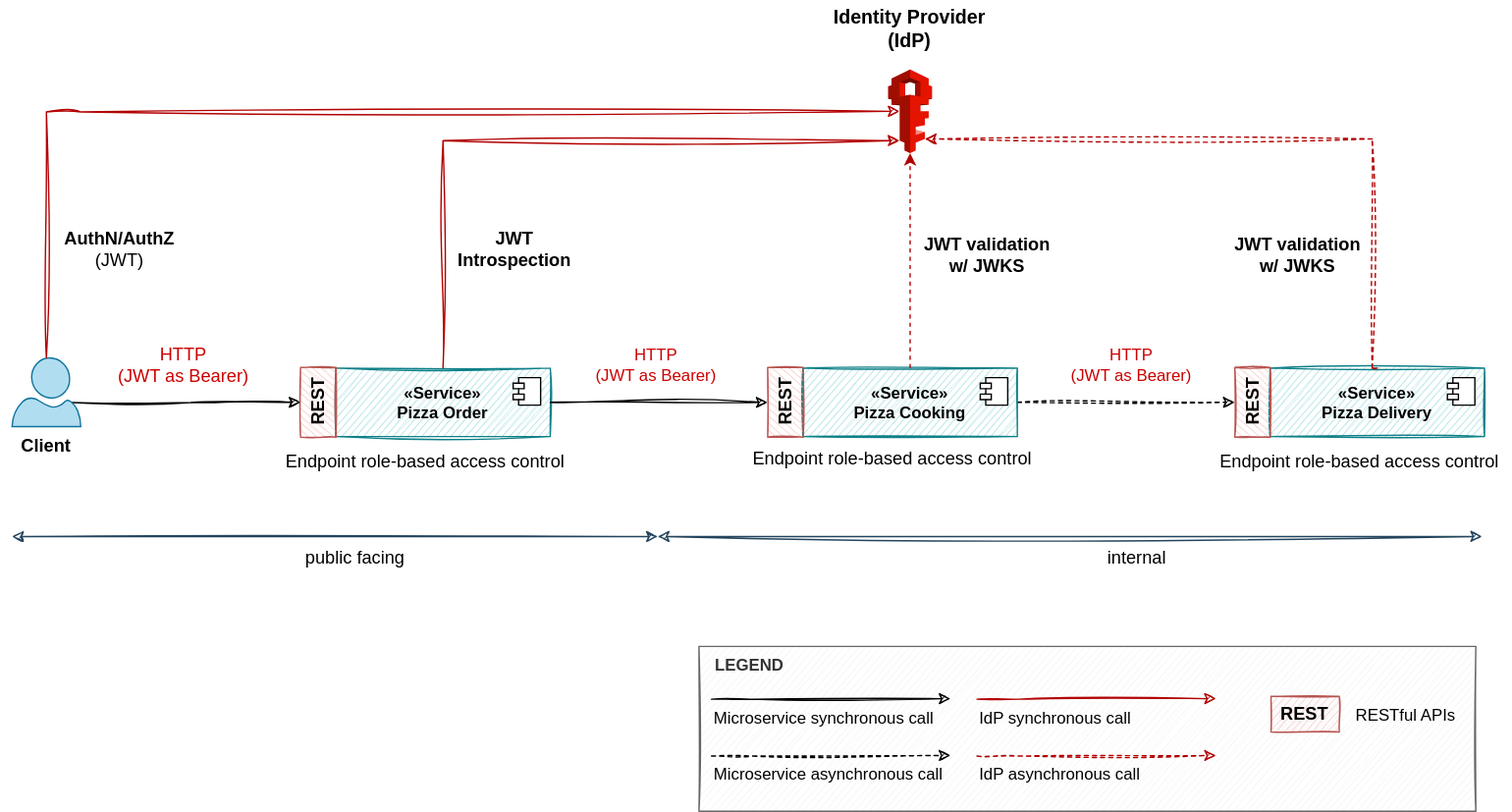
Above: assets/diagrams/software-architecture-diagram.svg in ionutbalosin/java-application-security-practices (draw.io), before the change. Source tidied: cells renumbered, new cells last; positions are measured from the earlier drawing's top-left corner, leaving out a move shared by most shapes.
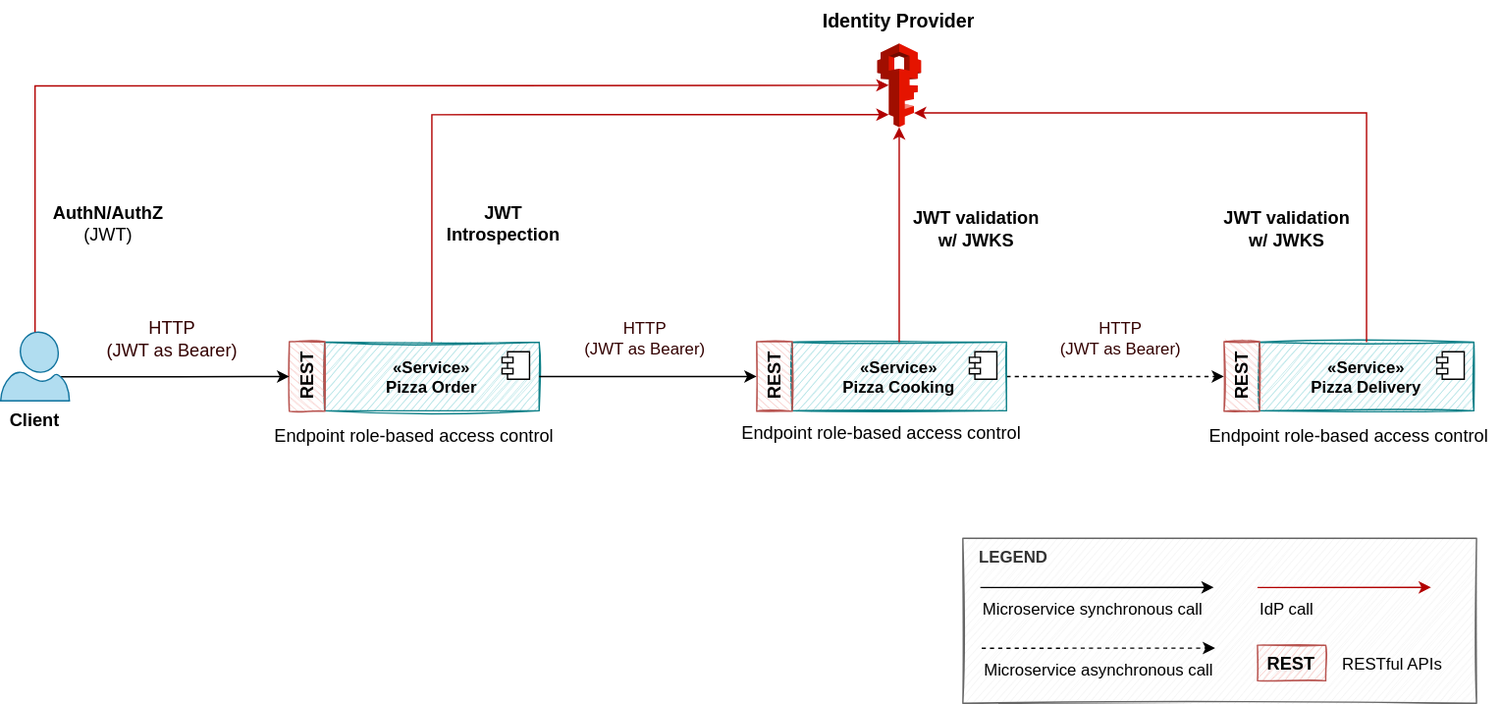
Later version of the same file.

Change to the diagram source:
```diff
@@ -2,7 +2,7 @@
   <root>
     <mxCell id="0" />
     <mxCell id="1" parent="0" />
-    <mxCell id="2" style="edgeStyle=orthogonalEdgeStyle;rounded=0;jettySize=auto;html=1;exitX=1;exitY=0.5;exitDx=0;exitDy=0;dashed=1;sketch=1;entryX=0.5;entryY=0;entryDx=0;entryDy=0;" parent="1" edge="1" source="8" target="14">
+    <mxCell id="2" style="edgeStyle=orthogonalEdgeStyle;rounded=0;jettySize=auto;html=1;exitX=1;exitY=0.5;exitDx=0;exitDy=0;dashed=1;entryX=0.5;entryY=0;entryDx=0;entryDy=0;" parent="1" edge="1" source="8" target="14">
       <mxGeometry relative="1" as="geometry" />
     </mxCell>
     <mxCell id="3" style="group;" parent="1" vertex="1">
@@ -47,10 +47,10 @@
     <mxCell id="14" value="&lt;b&gt;REST&lt;/b&gt;" style="rounded=0;whiteSpace=wrap;html=1;fontSize=13;rotation=-90;fillColor=#f8cecc;strokeColor=#b85450;sketch=1;align=center;" parent="11" vertex="1">
       <mxGeometry x="-12.4" y="12.4" width="50.6" height="25.9" as="geometry" />
     </mxCell>
-    <mxCell id="15" style="edgeStyle=orthogonalEdgeStyle;rounded=0;jettySize=auto;html=1;exitX=1;exitY=0.5;exitDx=0;exitDy=0;entryX=0.5;entryY=0;entryDx=0;entryDy=0;sketch=1;curveFitting=1;jiggle=2;" parent="1" edge="1" source="4" target="10">
+    <mxCell id="15" style="edgeStyle=orthogonalEdgeStyle;rounded=0;jettySize=auto;html=1;exitX=1;exitY=0.5;exitDx=0;exitDy=0;entryX=0.5;entryY=0;entryDx=0;entryDy=0;" parent="1" edge="1" source="4" target="10">
       <mxGeometry relative="1" as="geometry" />
     </mxCell>
-    <mxCell id="16" style="edgeStyle=orthogonalEdgeStyle;rounded=0;jettySize=auto;html=1;sketch=1;curveFitting=1;jiggle=2;entryX=0.5;entryY=0;entryDx=0;entryDy=0;exitX=0.87;exitY=0.65;exitDx=0;exitDy=0;exitPerimeter=0;" parent="1" edge="1" source="17" target="6">
+    <mxCell id="16" style="edgeStyle=orthogonalEdgeStyle;rounded=0;jettySize=auto;html=1;entryX=0.5;entryY=0;entryDx=0;entryDy=0;exitX=0.87;exitY=0.65;exitDx=0;exitDy=0;exitPerimeter=0;" parent="1" edge="1" source="17" target="6">
       <mxGeometry relative="1" as="geometry" />
     </mxCell>
     <mxCell id="17" value="Client" style="verticalLabelPosition=bottom;verticalAlign=top;align=center;strokeColor=#10739e;fillColor=#b1ddf0;shape=mxgraph.azure.user;fontStyle=1;fontSize=13;" parent="1" vertex="1">
@@ -59,7 +59,7 @@
     <mxCell id="18" style="outlineConnect=0;dashed=0;verticalLabelPosition=bottom;verticalAlign=top;align=center;html=1;shape=mxgraph.aws3.iam;fillColor=#e51400;strokeColor=#B20000;fontColor=#ffffff;" parent="1" vertex="1">
       <mxGeometry x="637.7" y="50" width="32" height="61" as="geometry" />
     </mxCell>
-    <mxCell id="19" style="edgeStyle=orthogonalEdgeStyle;rounded=0;jettySize=auto;html=1;entryX=0.26;entryY=0.5;entryDx=0;entryDy=0;entryPerimeter=0;sketch=1;curveFitting=1;jiggle=2;fillColor=#e51400;strokeColor=#B20000;exitX=0.5;exitY=0;exitDx=0;exitDy=0;exitPerimeter=0;" parent="1" edge="1" source="17" target="18">
+    <mxCell id="19" style="edgeStyle=orthogonalEdgeStyle;rounded=0;jettySize=auto;html=1;entryX=0.26;entryY=0.5;entryDx=0;entryDy=0;entryPerimeter=0;fillColor=#e51400;strokeColor=#B20000;exitX=0.5;exitY=0;exitDx=0;exitDy=0;exitPerimeter=0;" parent="1" edge="1" source="17" target="18">
       <mxGeometry relative="1" as="geometry">
         <Array as="points">
           <mxPoint x="25" y="81" />
@@ -67,14 +67,14 @@
         </Array>
       </mxGeometry>
     </mxCell>
-    <mxCell id="20" style="edgeStyle=orthogonalEdgeStyle;rounded=0;jettySize=auto;html=1;exitX=0.5;exitY=0;exitDx=0;exitDy=0;entryX=0.26;entryY=0.85;entryDx=0;entryDy=0;entryPerimeter=0;sketch=1;curveFitting=1;jiggle=2;fillColor=#e51400;strokeColor=#B20000;strokeWidth=1;" parent="1" edge="1" source="4" target="18">
+    <mxCell id="20" style="edgeStyle=orthogonalEdgeStyle;rounded=0;jettySize=auto;html=1;exitX=0.5;exitY=0;exitDx=0;exitDy=0;entryX=0.26;entryY=0.85;entryDx=0;entryDy=0;entryPerimeter=0;fillColor=#e51400;strokeColor=#B20000;strokeWidth=1;" parent="1" edge="1" source="4" target="18">
       <mxGeometry relative="1" as="geometry">
         <Array as="points">
           <mxPoint x="314" y="102" />
         </Array>
       </mxGeometry>
     </mxCell>
-    <mxCell id="21" style="edgeStyle=orthogonalEdgeStyle;rounded=0;jettySize=auto;html=1;exitX=0.5;exitY=0;exitDx=0;exitDy=0;dashed=1;fillColor=#e51400;strokeColor=#B20000;" parent="1" edge="1" source="8" target="18">
+    <mxCell id="21" style="edgeStyle=orthogonalEdgeStyle;rounded=0;jettySize=auto;html=1;exitX=0.5;exitY=0;exitDx=0;exitDy=0;fillColor=#e51400;strokeColor=#B20000;" parent="1" edge="1" source="8" target="18">
       <mxGeometry relative="1" as="geometry" />
     </mxCell>
     <mxCell id="22" value="&lt;font style=&quot;font-size: 13px;&quot;&gt;&lt;b&gt;AuthN/AuthZ&lt;/b&gt;&lt;/font&gt;&lt;div&gt;&lt;font style=&quot;font-size: 13px;&quot;&gt;(JWT)&lt;/font&gt;&lt;/div&gt;" style="text;html=1;align=center;verticalAlign=middle;whiteSpace=wrap;rounded=0;" parent="1" vertex="1">
@@ -86,48 +86,29 @@
     <mxCell id="24" value="&lt;font style=&quot;font-size: 13px;&quot;&gt;&lt;b&gt;JWT validation&lt;/b&gt;&lt;/font&gt;&lt;div&gt;&lt;font style=&quot;font-size: 13px;&quot;&gt;&lt;b&gt;w/ JWKS&lt;/b&gt;&lt;/font&gt;&lt;/div&gt;" style="text;html=1;align=center;verticalAlign=middle;whiteSpace=wrap;rounded=0;" parent="1" vertex="1">
       <mxGeometry x="655.2" y="164.5" width="110" height="41" as="geometry" />
     </mxCell>
-    <mxCell id="25" value="&lt;b style=&quot;&quot;&gt;&lt;font style=&quot;font-size: 14px;&quot;&gt;Identity Provider&lt;/font&gt;&lt;/b&gt;&lt;div&gt;&lt;b style=&quot;&quot;&gt;&lt;font style=&quot;font-size: 14px;&quot;&gt;(IdP)&lt;/font&gt;&lt;/b&gt;&lt;/div&gt;" style="text;html=1;align=center;verticalAlign=middle;whiteSpace=wrap;rounded=0;" parent="1" vertex="1">
-      <mxGeometry x="578" width="151.3" height="40" as="geometry" />
+    <mxCell id="25" value="&lt;b style=&quot;&quot;&gt;&lt;font style=&quot;font-size: 14px;&quot;&gt;Identity Provider&lt;/font&gt;&lt;/b&gt;" style="text;html=1;align=center;verticalAlign=middle;whiteSpace=wrap;rounded=0;" parent="1" vertex="1">
+      <mxGeometry x="578" y="19" width="151.3" height="30" as="geometry" />
     </mxCell>
     <mxCell id="26" value="&lt;font style=&quot;font-size: 13px;&quot;&gt;&lt;b&gt;JWT validation&lt;/b&gt;&lt;/font&gt;&lt;div&gt;&lt;font style=&quot;font-size: 13px;&quot;&gt;&lt;b&gt;w/ JWKS&lt;/b&gt;&lt;/font&gt;&lt;/div&gt;" style="text;html=1;align=center;verticalAlign=middle;whiteSpace=wrap;rounded=0;" parent="1" vertex="1">
       <mxGeometry x="880.6" y="164.5" width="110.2" height="41" as="geometry" />
     </mxCell>
-    <mxCell id="27" style="edgeStyle=orthogonalEdgeStyle;rounded=0;jettySize=auto;html=1;exitX=0.5;exitY=0;exitDx=0;exitDy=0;entryX=0.835;entryY=0.83;entryDx=0;entryDy=0;entryPerimeter=0;dashed=1;sketch=1;curveFitting=1;jiggle=2;fillColor=#e51400;strokeColor=#B20000;align=center;verticalAlign=middle;fontFamily=Helvetica;fontSize=11;fontColor=default;labelBackgroundColor=default;endArrow=classic;" parent="1" edge="1" source="12" target="18">
+    <mxCell id="27" style="edgeStyle=orthogonalEdgeStyle;rounded=0;jettySize=auto;html=1;exitX=0.5;exitY=0;exitDx=0;exitDy=0;entryX=0.835;entryY=0.83;entryDx=0;entryDy=0;entryPerimeter=0;fillColor=#e51400;strokeColor=#B20000;align=center;verticalAlign=middle;fontFamily=Helvetica;fontSize=11;fontColor=default;labelBackgroundColor=default;endArrow=classic;" parent="1" edge="1" source="12" target="18">
       <mxGeometry relative="1" as="geometry">
         <Array as="points">
-          <mxPoint x="990" y="267" />
-          <mxPoint x="990" y="101" />
+          <mxPoint x="994" y="101" />
         </Array>
       </mxGeometry>
     </mxCell>
     <mxCell id="28" value="&lt;span style=&quot;font-size: 13px;&quot;&gt;Endpoint role-based access control&lt;/span&gt;" style="text;html=1;align=center;verticalAlign=middle;whiteSpace=wrap;rounded=0;fontStyle=0;" parent="1" vertex="1">
       <mxGeometry x="190.9" y="320" width="220" height="30" as="geometry" />
     </mxCell>
-    <mxCell id="29" style="endArrow=classic;startArrow=classic;html=1;rounded=0;sketch=1;curveFitting=1;jiggle=2;fillColor=#bac8d3;strokeColor=#23445d;" parent="1" edge="1">
-      <mxGeometry relative="1" as="geometry">
-        <mxPoint x="470" y="390" as="sourcePoint" />
-        <mxPoint x="1070" y="390" as="targetPoint" />
-      </mxGeometry>
-    </mxCell>
-    <mxCell id="30" style="endArrow=classic;startArrow=classic;html=1;rounded=0;sketch=1;curveFitting=1;jiggle=2;fillColor=#bac8d3;strokeColor=#23445d;" parent="1" edge="1">
-      <mxGeometry relative="1" as="geometry">
-        <mxPoint y="390" as="sourcePoint" />
-        <mxPoint x="470" y="390" as="targetPoint" />
-      </mxGeometry>
-    </mxCell>
-    <mxCell id="31" value="&lt;span style=&quot;font-size: 13px;&quot;&gt;internal&lt;/span&gt;" style="text;html=1;align=center;verticalAlign=middle;whiteSpace=wrap;rounded=0;fontStyle=0;" parent="1" vertex="1">
-      <mxGeometry x="729.3" y="390" width="180" height="30" as="geometry" />
-    </mxCell>
-    <mxCell id="32" value="&lt;span style=&quot;font-size: 13px;&quot;&gt;public facing&lt;/span&gt;" style="text;html=1;align=center;verticalAlign=middle;whiteSpace=wrap;rounded=0;fontStyle=0;" parent="1" vertex="1">
-      <mxGeometry x="160" y="390" width="180" height="30" as="geometry" />
-    </mxCell>
-    <mxCell id="33" value="&lt;span style=&quot;font-size: 13px;&quot;&gt;&lt;font color=&quot;#cc0000&quot;&gt;HTTP&lt;/font&gt;&lt;/span&gt;&lt;div&gt;&lt;span style=&quot;font-size: 13px;&quot;&gt;&lt;font color=&quot;#cc0000&quot;&gt;(JWT as Bearer)&lt;/font&gt;&lt;/span&gt;&lt;/div&gt;" style="text;html=1;align=center;verticalAlign=middle;whiteSpace=wrap;rounded=0;fontStyle=0;" parent="1" vertex="1">
+    <mxCell id="33" value="&lt;span style=&quot;font-size: 13px;&quot;&gt;&lt;font&gt;HTTP&lt;/font&gt;&lt;/span&gt;&lt;div&gt;&lt;span style=&quot;font-size: 13px;&quot;&gt;&lt;font&gt;(JWT as Bearer)&lt;/font&gt;&lt;/span&gt;&lt;/div&gt;" style="text;html=1;align=center;verticalAlign=middle;whiteSpace=wrap;rounded=0;fontStyle=0;fontColor=#330000;" parent="1" vertex="1">
       <mxGeometry x="70" y="240" width="110" height="50" as="geometry" />
     </mxCell>
-    <mxCell id="34" value="&lt;span style=&quot;font-size: 12px;&quot;&gt;&lt;font color=&quot;#cc0000&quot;&gt;HTTP&lt;/font&gt;&lt;/span&gt;&lt;div style=&quot;font-size: 12px;&quot;&gt;&lt;span style=&quot;font-size: 12px;&quot;&gt;&lt;font color=&quot;#cc0000&quot;&gt;(JWT as Bearer)&lt;/font&gt;&lt;/span&gt;&lt;/div&gt;" style="text;html=1;align=center;verticalAlign=middle;whiteSpace=wrap;rounded=0;fontStyle=0;fontSize=12;fontFamily=Helvetica;fontColor=default;" parent="1" vertex="1">
+    <mxCell id="34" value="&lt;span style=&quot;font-size: 12px;&quot;&gt;&lt;font&gt;HTTP&lt;/font&gt;&lt;/span&gt;&lt;div style=&quot;font-size: 12px;&quot;&gt;&lt;span style=&quot;font-size: 12px;&quot;&gt;&lt;font&gt;(JWT as Bearer)&lt;/font&gt;&lt;/span&gt;&lt;/div&gt;" style="text;html=1;align=center;verticalAlign=middle;whiteSpace=wrap;rounded=0;fontStyle=0;fontSize=12;fontFamily=Helvetica;fontColor=#330000;" parent="1" vertex="1">
       <mxGeometry x="413.7" y="240" width="110" height="50" as="geometry" />
     </mxCell>
-    <mxCell id="35" value="&lt;span style=&quot;font-size: 12px;&quot;&gt;&lt;font color=&quot;#cc0000&quot;&gt;HTTP&lt;/font&gt;&lt;/span&gt;&lt;div style=&quot;font-size: 12px;&quot;&gt;&lt;span style=&quot;font-size: 12px;&quot;&gt;&lt;font color=&quot;#cc0000&quot;&gt;(JWT as Bearer)&lt;/font&gt;&lt;/span&gt;&lt;/div&gt;" style="text;html=1;align=center;verticalAlign=middle;whiteSpace=wrap;rounded=0;fontStyle=0;fontSize=12;" parent="1" vertex="1">
+    <mxCell id="35" value="&lt;span style=&quot;font-size: 12px;&quot;&gt;&lt;font&gt;HTTP&lt;/font&gt;&lt;/span&gt;&lt;div style=&quot;font-size: 12px;&quot;&gt;&lt;span style=&quot;font-size: 12px;&quot;&gt;&lt;font&gt;(JWT as Bearer)&lt;/font&gt;&lt;/span&gt;&lt;/div&gt;" style="text;html=1;align=center;verticalAlign=middle;whiteSpace=wrap;rounded=0;fontStyle=0;fontSize=12;fontColor=#330000;" parent="1" vertex="1">
       <mxGeometry x="759.7" y="240" width="110" height="50" as="geometry" />
     </mxCell>
     <mxCell id="36" value="&lt;span style=&quot;font-size: 13px;&quot;&gt;Endpoint role-based access control&lt;/span&gt;" style="text;html=1;align=center;verticalAlign=middle;whiteSpace=wrap;rounded=0;fontStyle=0;" parent="1" vertex="1">
@@ -136,65 +117,53 @@
     <mxCell id="37" value="&lt;span style=&quot;font-size: 13px;&quot;&gt;Endpoint role-based access control&lt;/span&gt;" style="text;html=1;align=center;verticalAlign=middle;whiteSpace=wrap;rounded=0;fontStyle=0;" parent="1" vertex="1">
       <mxGeometry x="870.9" y="320" width="220" height="30" as="geometry" />
     </mxCell>
-    <mxCell id="38" style="group;" parent="1" vertex="1">
-      <mxGeometry x="500" y="470" width="565.5" height="120" as="geometry" />
-    </mxCell>
+    <mxCell id="50" style="group;" parent="1" vertex="1">
+      <mxGeometry x="700" y="410" width="373.7" height="120" as="geometry" />
+    </mxCell>
-    <mxCell id="39" value="   LEGEND" style="text;align=left;verticalAlign=top;rounded=0;fontStyle=1;sketch=1;fillColor=#f5f5f5;fontColor=#333333;strokeColor=#666666;" parent="38" vertex="1">
-      <mxGeometry width="565.5" height="120" as="geometry" />
+    <mxCell id="39" value="   LEGEND" style="text;align=left;verticalAlign=top;rounded=0;fontStyle=1;sketch=1;fillColor=#f5f5f5;fontColor=#333333;strokeColor=#666666;" parent="50" vertex="1">
+      <mxGeometry width="373.7" height="120" as="geometry" />
     </mxCell>
+    <mxCell id="51" style="group;" parent="50" vertex="1">
+      <mxGeometry x="214.3" y="77.7" width="136.8" height="25.9" as="geometry" />
+    </mxCell>
-    <mxCell id="40" value="&lt;b&gt;REST&lt;/b&gt;" style="rounded=0;whiteSpace=wrap;html=1;fontSize=13;rotation=0;fillColor=#f8cecc;strokeColor=#b85450;sketch=1;align=center;" parent="38" vertex="1">
-      <mxGeometry x="416.4" y="36.4" width="49.7" height="25.9" as="geometry" />
+    <mxCell id="40" value="&lt;b&gt;REST&lt;/b&gt;" style="rounded=0;whiteSpace=wrap;html=1;fontSize=13;rotation=0;fillColor=#f8cecc;strokeColor=#b85450;sketch=1;align=center;" parent="51" vertex="1">
+      <mxGeometry width="49.7" height="25.9" as="geometry" />
     </mxCell>
-    <mxCell id="41" value="RESTful APIs" style="text;strokeColor=none;fillColor=none;align=left;verticalAlign=middle;rounded=0;fontFamily=Helvetica;fontSize=12;" parent="38" vertex="1">
-      <mxGeometry x="476.4" y="42.3" width="76.8" height="14.1" as="geometry" />
+    <mxCell id="41" value="RESTful APIs" style="text;strokeColor=none;fillColor=none;align=left;verticalAlign=middle;rounded=0;fontFamily=Helvetica;fontSize=12;" parent="51" vertex="1">
+      <mxGeometry x="60" y="5.9" width="76.8" height="14.1" as="geometry" />
     </mxCell>
-    <mxCell id="42" value="IdP synchronous call" style="text;strokeColor=none;fillColor=none;align=left;verticalAlign=middle;rounded=0;" parent="38" vertex="1">
-      <mxGeometry x="202.4" y="36.4" width="174" height="30" as="geometry" />
-    </mxCell>
-    <mxCell id="43" style="edgeStyle=orthogonalEdgeStyle;rounded=0;orthogonalLoop=1;jettySize=auto;sketch=1;fillColor=#e51400;strokeColor=#B20000;" parent="38" edge="1">
-      <mxGeometry relative="1" as="geometry">
-        <mxPoint x="202.3" y="38.4" as="sourcePoint" />
-        <mxPoint x="376.4" y="38" as="targetPoint" />
-        <Array as="points">
-          <mxPoint x="232.3" y="38.4" />
-        </Array>
-      </mxGeometry>
-    </mxCell>
-    <mxCell id="44" value="IdP asynchronous call" style="text;strokeColor=none;fillColor=none;align=left;verticalAlign=middle;rounded=0;" parent="38" vertex="1">
-      <mxGeometry x="202.4" y="77.8" width="174" height="30" as="geometry" />
-    </mxCell>
-    <mxCell id="45" style="edgeStyle=orthogonalEdgeStyle;rounded=0;orthogonalLoop=1;jettySize=auto;sketch=1;fillColor=#e51400;strokeColor=#B20000;dashed=1;" parent="38" edge="1">
-      <mxGeometry relative="1" as="geometry">
-        <mxPoint x="202.3" y="79.8" as="sourcePoint" />
-        <mxPoint x="376.4" y="79.4" as="targetPoint" />
-        <Array as="points">
-          <mxPoint x="232.3" y="79.8" />
-        </Array>
-      </mxGeometry>
-    </mxCell>
+    <mxCell id="52" style="group;" parent="50" vertex="1">
+      <mxGeometry x="12.7" y="35.8" width="174" height="30.6" as="geometry" />
+    </mxCell>
-    <mxCell id="46" value="Microservice synchronous call" style="text;strokeColor=none;fillColor=none;align=left;verticalAlign=middle;rounded=0;" parent="38" vertex="1">
-      <mxGeometry x="9.1" y="36.4" width="174" height="30" as="geometry" />
+    <mxCell id="46" value="Microservice synchronous call" style="text;strokeColor=none;fillColor=none;align=left;verticalAlign=middle;rounded=0;" parent="52" vertex="1">
+      <mxGeometry y="0.6" width="174" height="30" as="geometry" />
     </mxCell>
-    <mxCell id="47" style="edgeStyle=orthogonalEdgeStyle;rounded=0;orthogonalLoop=1;jettySize=auto;sketch=1;fillColor=#e51400;strokeColor=#000000;" parent="38" edge="1">
-      <mxGeometry relative="1" as="geometry">
-        <mxPoint x="9.1" y="38.4" as="sourcePoint" />
-        <mxPoint x="183.1" y="38" as="targetPoint" />
-        <Array as="points">
-          <mxPoint x="39.1" y="38.4" />
-        </Array>
-      </mxGeometry>
-    </mxCell>
+    <mxCell id="53" style="endArrow=classic;html=1;rounded=0;entryX=0.976;entryY=-0.023;entryDx=0;entryDy=0;entryPerimeter=0;" parent="52" edge="1" target="46">
+      <mxGeometry relative="1" as="geometry">
+        <mxPoint as="sourcePoint" />
+      </mxGeometry>
+    </mxCell>
+    <mxCell id="54" style="group;" parent="50" vertex="1">
+      <mxGeometry x="13.7" y="80" width="174" height="30.6" as="geometry" />
+    </mxCell>
-    <mxCell id="48" value="Microservice asynchronous call" style="text;strokeColor=none;fillColor=none;align=left;verticalAlign=middle;rounded=0;" parent="38" vertex="1">
-      <mxGeometry x="9.1" y="77.8" width="174" height="30" as="geometry" />
+    <mxCell id="48" value="Microservice asynchronous call" style="text;strokeColor=none;fillColor=none;align=left;verticalAlign=middle;rounded=0;" parent="54" vertex="1">
+      <mxGeometry y="0.6" width="174" height="30" as="geometry" />
     </mxCell>
-    <mxCell id="49" style="edgeStyle=orthogonalEdgeStyle;rounded=0;orthogonalLoop=1;jettySize=auto;sketch=1;fillColor=#e51400;strokeColor=#000000;dashed=1;" parent="38" edge="1">
-      <mxGeometry relative="1" as="geometry">
-        <mxPoint x="9.1" y="79.8" as="sourcePoint" />
-        <mxPoint x="183.1" y="79.4" as="targetPoint" />
-        <Array as="points">
-          <mxPoint x="39.1" y="79.8" />
-        </Array>
-      </mxGeometry>
-    </mxCell>
+    <mxCell id="55" style="endArrow=classic;html=1;rounded=0;entryX=0.976;entryY=-0.023;entryDx=0;entryDy=0;entryPerimeter=0;dashed=1;" parent="54" edge="1" target="48">
+      <mxGeometry relative="1" as="geometry">
+        <mxPoint as="sourcePoint" />
+      </mxGeometry>
+    </mxCell>
+    <mxCell id="56" style="group;" parent="50" vertex="1">
+      <mxGeometry x="214.3" y="35.8" width="129.4" height="30.6" as="geometry" />
+    </mxCell>
+    <mxCell id="57" value="IdP call" style="text;strokeColor=none;fillColor=none;align=left;verticalAlign=middle;rounded=0;" parent="56" vertex="1">
+      <mxGeometry y="0.6" width="129.4" height="30" as="geometry" />
+    </mxCell>
+    <mxCell id="58" style="endArrow=classic;html=1;rounded=0;entryX=0.976;entryY=-0.023;entryDx=0;entryDy=0;entryPerimeter=0;strokeColor=#B20000;" parent="56" edge="1" target="57">
+      <mxGeometry relative="1" as="geometry">
+        <mxPoint as="sourcePoint" />
+      </mxGeometry>
+    </mxCell>
   </root>
 </mxGraphModel>
```
